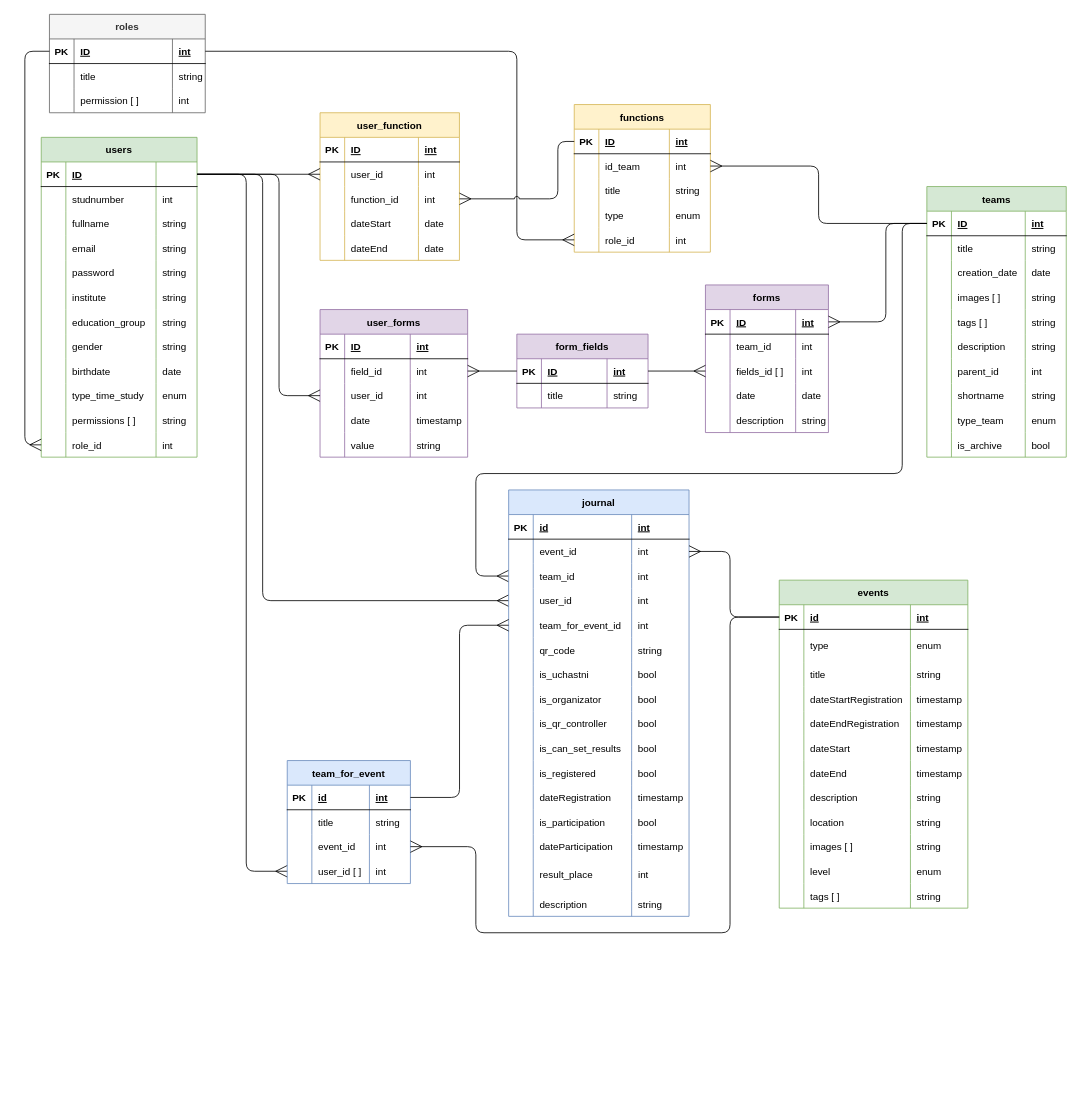
The draw.io diagram page "Физическая" (2 of 2) of Схема БД.drawio in KomogortsevaYulia/Raiting-Teams-Events, before the edit. Source tidied: cells renumbered, new cells numbered last; positions are measured from the earlier drawing's top-left corner, leaving out a move shared by most shapes. Both pictures are drawn from the tidied source at 82%, with x=0, y=0 at pixel (25, 14).
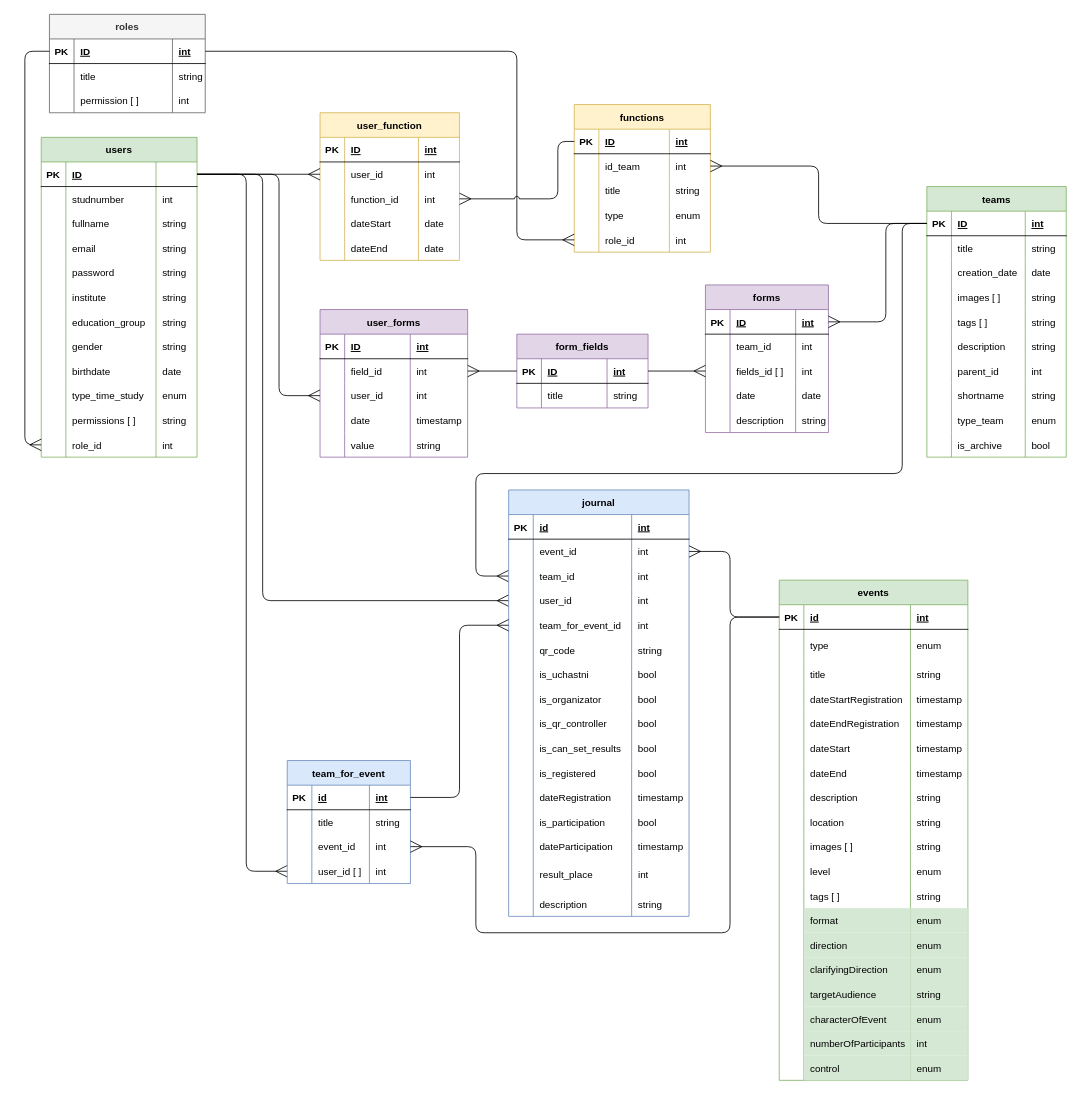
Above is the later version.

What changed in the source:
```diff
@@
     <mxCell id="210" value="events" style="shape=table;startSize=30;childLayout=tableLayout;rowLines=0;fontStyle=1;align=center;fillColor=#d5e8d4;strokeColor=#82b366;" parent="1" vertex="1">
-      <mxGeometry x="919.8" y="690" width="230" height="400" as="geometry" />
+      <mxGeometry x="919.8" y="690" width="230" height="610" as="geometry" />
     </mxCell>
@@
+    <mxCell id="344" style="shape=tableRow;horizontal=0;startSize=0;swimlaneHead=0;swimlaneBody=0;fillColor=none;top=0;left=0;right=0;bottom=0;" parent="210" vertex="1">
+      <mxGeometry y="400" width="230" height="30" as="geometry" />
+    </mxCell>
+    <mxCell id="345" style="shape=partialRectangle;fillColor=none;top=0;left=0;bottom=0;right=0;overflow=hidden;" parent="344" vertex="1">
+      <mxGeometry width="30" height="30" as="geometry" />
+    </mxCell>
+    <mxCell id="346" value="format" style="shape=partialRectangle;fillColor=#d5e8d4;top=0;left=0;bottom=0;right=0;align=left;spacingLeft=6;overflow=hidden;strokeColor=#82b366;" parent="344" vertex="1">
+      <mxGeometry x="30" width="130" height="30" as="geometry" />
+    </mxCell>
+    <mxCell id="347" value="enum" style="shape=partialRectangle;fillColor=#d5e8d4;top=0;left=0;bottom=0;right=0;align=left;spacingLeft=6;overflow=hidden;strokeColor=#82b366;" parent="344" vertex="1">
+      <mxGeometry x="160" width="70" height="30" as="geometry" />
+    </mxCell>
+    <mxCell id="348" style="shape=tableRow;horizontal=0;startSize=0;swimlaneHead=0;swimlaneBody=0;fillColor=none;top=0;left=0;right=0;bottom=0;" parent="210" vertex="1">
+      <mxGeometry y="430" width="230" height="30" as="geometry" />
+    </mxCell>
+    <mxCell id="349" style="shape=partialRectangle;fillColor=none;top=0;left=0;bottom=0;right=0;overflow=hidden;" parent="348" vertex="1">
+      <mxGeometry width="30" height="30" as="geometry" />
+    </mxCell>
+    <mxCell id="350" value="direction" style="shape=partialRectangle;fillColor=#d5e8d4;top=0;left=0;bottom=0;right=0;align=left;spacingLeft=6;overflow=hidden;strokeColor=#82b366;" parent="348" vertex="1">
+      <mxGeometry x="30" width="130" height="30" as="geometry" />
+    </mxCell>
+    <mxCell id="351" value="enum" style="shape=partialRectangle;fillColor=#d5e8d4;top=0;left=0;bottom=0;right=0;align=left;spacingLeft=6;overflow=hidden;strokeColor=#82b366;" parent="348" vertex="1">
+      <mxGeometry x="160" width="70" height="30" as="geometry" />
+    </mxCell>
+    <mxCell id="352" style="shape=tableRow;horizontal=0;startSize=0;swimlaneHead=0;swimlaneBody=0;fillColor=none;top=0;left=0;right=0;bottom=0;" parent="210" vertex="1">
+      <mxGeometry y="460" width="230" height="30" as="geometry" />
+    </mxCell>
+    <mxCell id="353" style="shape=partialRectangle;fillColor=none;top=0;left=0;bottom=0;right=0;overflow=hidden;" parent="352" vertex="1">
+      <mxGeometry width="30" height="30" as="geometry" />
+    </mxCell>
+    <mxCell id="354" value="clarifyingDirection" style="shape=partialRectangle;fillColor=#d5e8d4;top=0;left=0;bottom=0;right=0;align=left;spacingLeft=6;overflow=hidden;strokeColor=#82b366;" parent="352" vertex="1">
+      <mxGeometry x="30" width="130" height="30" as="geometry" />
+    </mxCell>
+    <mxCell id="355" value="enum" style="shape=partialRectangle;fillColor=#d5e8d4;top=0;left=0;bottom=0;right=0;align=left;spacingLeft=6;overflow=hidden;strokeColor=#82b366;" parent="352" vertex="1">
+      <mxGeometry x="160" width="70" height="30" as="geometry" />
+    </mxCell>
+    <mxCell id="356" style="shape=tableRow;horizontal=0;startSize=0;swimlaneHead=0;swimlaneBody=0;fillColor=none;top=0;left=0;right=0;bottom=0;" parent="210" vertex="1">
+      <mxGeometry y="490" width="230" height="30" as="geometry" />
+    </mxCell>
+    <mxCell id="357" style="shape=partialRectangle;fillColor=none;top=0;left=0;bottom=0;right=0;overflow=hidden;" parent="356" vertex="1">
+      <mxGeometry width="30" height="30" as="geometry" />
+    </mxCell>
+    <mxCell id="358" value="targetAudience" style="shape=partialRectangle;fillColor=#d5e8d4;top=0;left=0;bottom=0;right=0;align=left;spacingLeft=6;overflow=hidden;strokeColor=#82b366;" parent="356" vertex="1">
+      <mxGeometry x="30" width="130" height="30" as="geometry" />
+    </mxCell>
+    <mxCell id="359" value="string" style="shape=partialRectangle;fillColor=#d5e8d4;top=0;left=0;bottom=0;right=0;align=left;spacingLeft=6;overflow=hidden;strokeColor=#82b366;" parent="356" vertex="1">
+      <mxGeometry x="160" width="70" height="30" as="geometry" />
+    </mxCell>
+    <mxCell id="360" style="shape=tableRow;horizontal=0;startSize=0;swimlaneHead=0;swimlaneBody=0;fillColor=none;top=0;left=0;right=0;bottom=0;" parent="210" vertex="1">
+      <mxGeometry y="520" width="230" height="30" as="geometry" />
+    </mxCell>
+    <mxCell id="361" style="shape=partialRectangle;fillColor=none;top=0;left=0;bottom=0;right=0;overflow=hidden;" parent="360" vertex="1">
+      <mxGeometry width="30" height="30" as="geometry" />
+    </mxCell>
+    <mxCell id="362" value="characterOfEvent" style="shape=partialRectangle;fillColor=#d5e8d4;top=0;left=0;bottom=0;right=0;align=left;spacingLeft=6;overflow=hidden;strokeColor=#82b366;" parent="360" vertex="1">
+      <mxGeometry x="30" width="130" height="30" as="geometry" />
+    </mxCell>
+    <mxCell id="363" value="enum" style="shape=partialRectangle;fillColor=#d5e8d4;top=0;left=0;bottom=0;right=0;align=left;spacingLeft=6;overflow=hidden;strokeColor=#82b366;" parent="360" vertex="1">
+      <mxGeometry x="160" width="70" height="30" as="geometry" />
+    </mxCell>
+    <mxCell id="364" style="shape=tableRow;horizontal=0;startSize=0;swimlaneHead=0;swimlaneBody=0;fillColor=none;top=0;left=0;right=0;bottom=0;" parent="210" vertex="1">
+      <mxGeometry y="550" width="230" height="30" as="geometry" />
+    </mxCell>
+    <mxCell id="365" style="shape=partialRectangle;fillColor=none;top=0;left=0;bottom=0;right=0;overflow=hidden;" parent="364" vertex="1">
+      <mxGeometry width="30" height="30" as="geometry" />
+    </mxCell>
+    <mxCell id="366" value="numberOfParticipants" style="shape=partialRectangle;fillColor=#d5e8d4;top=0;left=0;bottom=0;right=0;align=left;spacingLeft=6;overflow=hidden;strokeColor=#82b366;" parent="364" vertex="1">
+      <mxGeometry x="30" width="130" height="30" as="geometry" />
+    </mxCell>
+    <mxCell id="367" value="int" style="shape=partialRectangle;fillColor=#d5e8d4;top=0;left=0;bottom=0;right=0;align=left;spacingLeft=6;overflow=hidden;strokeColor=#82b366;" parent="364" vertex="1">
+      <mxGeometry x="160" width="70" height="30" as="geometry" />
+    </mxCell>
+    <mxCell id="368" style="shape=tableRow;horizontal=0;startSize=0;swimlaneHead=0;swimlaneBody=0;fillColor=none;top=0;left=0;right=0;bottom=0;" parent="210" vertex="1">
+      <mxGeometry y="580" width="230" height="30" as="geometry" />
+    </mxCell>
+    <mxCell id="369" style="shape=partialRectangle;fillColor=none;top=0;left=0;bottom=0;right=0;overflow=hidden;" parent="368" vertex="1">
+      <mxGeometry width="30" height="30" as="geometry" />
+    </mxCell>
+    <mxCell id="370" value="control" style="shape=partialRectangle;fillColor=#d5e8d4;top=0;left=0;bottom=0;right=0;align=left;spacingLeft=6;overflow=hidden;strokeColor=#82b366;" parent="368" vertex="1">
+      <mxGeometry x="30" width="130" height="30" as="geometry" />
+    </mxCell>
+    <mxCell id="371" value="enum" style="shape=partialRectangle;fillColor=#d5e8d4;top=0;left=0;bottom=0;right=0;align=left;spacingLeft=6;overflow=hidden;strokeColor=#82b366;" parent="368" vertex="1">
+      <mxGeometry x="160" width="70" height="30" as="geometry" />
+    </mxCell>
```
